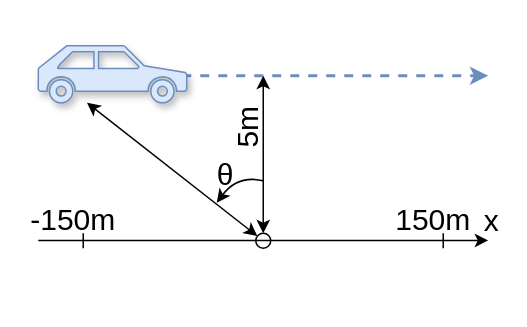
The draw.io diagram page "car_scenario" (3 of 8) of docs/_static/Images.drawio in vlsi-nanocomputing/dynamic-sound, before the edit. Source tidied: cells renumbered, new cells numbered last; positions are measured from the earlier drawing's top-left corner, leaving out a move shared by most shapes. Both pictures are drawn from the tidied source at 150%, with x=0, y=0 at pixel (38, 45).
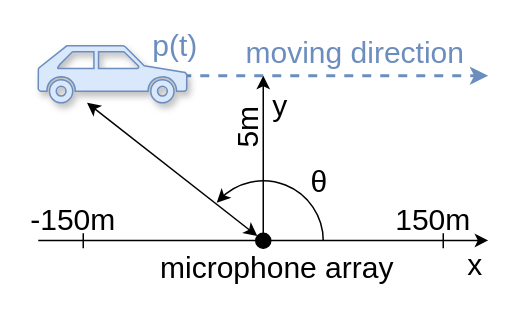
The same diagram, later.

The change refers to these unchanged cells:
```xml
<mxCell id="9" style="endArrow=classic;html=1;rounded=0;startArrow=none;startFill=0;endFill=1;" parent="1" edge="1">
  <mxGeometry relative="1" as="geometry">
    <mxPoint y="129.8" as="sourcePoint" />
    <mxPoint x="300" y="129.8" as="targetPoint" />
  </mxGeometry>
</mxCell>
```

Diff of the diagram source:
```diff
@@
-    <mxCell id="3" style="curved=1;endArrow=classic;html=1;rounded=0;entryX=0.112;entryY=0.182;entryDx=0;entryDy=0;entryPerimeter=0;" parent="1" edge="1">
+    <mxCell id="3" style="endArrow=classic;html=1;rounded=0;entryX=0.112;entryY=0.182;entryDx=0;entryDy=0;entryPerimeter=0;strokeColor=default;exitX=0.177;exitY=0.118;exitDx=0;exitDy=0;exitPerimeter=0;" parent="1" edge="1" source="16">
       <mxGeometry relative="1" as="geometry">
-        <mxPoint x="150" y="90" as="sourcePoint" />
         <mxPoint x="119" y="104.6" as="targetPoint" />
-        <Array as="points">
-          <mxPoint x="133" y="86" />
-        </Array>
       </mxGeometry>
     </mxCell>
@@
-    <mxCell id="5" style="ellipse;whiteSpace=wrap;html=1;" parent="1" vertex="1">
+    <mxCell id="5" style="ellipse;whiteSpace=wrap;html=1;labelBackgroundColor=none;fillColor=#000000;" parent="1" vertex="1">
       <mxGeometry x="145" y="125" width="10" height="10" as="geometry" />
     </mxCell>
-    <mxCell id="6" style="endArrow=classic;startArrow=classic;html=1;rounded=0;exitX=0.5;exitY=0;exitDx=0;exitDy=0;" parent="1" edge="1" source="5">
+    <mxCell id="6" style="endArrow=classic;startArrow=none;html=1;rounded=0;exitX=0.5;exitY=0;exitDx=0;exitDy=0;endFill=1;startFill=0;" parent="1" edge="1" source="5">
       <mxGeometry relative="1" as="geometry">
         <mxPoint x="150" y="20" as="targetPoint" />
       </mxGeometry>
     </mxCell>
@@
     <mxCell id="10" value="x" style="edgeLabel;html=1;align=center;verticalAlign=middle;fontSize=20;fontColor=default;labelBackgroundColor=none;" parent="9" vertex="1">
       <mxGeometry x="0.86" y="1" relative="1" as="geometry">
-        <mxPoint x="22" y="-13" as="offset" />
+        <mxPoint x="11" y="16" as="offset" />
       </mxGeometry>
     </mxCell>
     <mxCell id="11" value="θ" style="text;html=1;whiteSpace=wrap;strokeColor=none;fillColor=none;align=center;verticalAlign=middle;rounded=0;fontSize=20;" parent="1" vertex="1">
-      <mxGeometry x="95" y="70" width="60" height="30" as="geometry" />
+      <mxGeometry x="155" y="70" width="65" height="40" as="geometry" />
     </mxCell>
@@
+    <mxCell id="16" style="verticalLabelPosition=bottom;verticalAlign=top;html=1;shape=mxgraph.basic.arc;startAngle=0.8705179474086634;endAngle=0.25;" parent="1" vertex="1">
+      <mxGeometry x="110" y="90" width="80" height="80" as="geometry" />
+    </mxCell>
+    <mxCell id="17" value="moving direction" style="edgeLabel;html=1;align=center;verticalAlign=middle;fontSize=20;rotation=0;labelBackgroundColor=none;fontColor=light-dark(#6c8ebf, #ededed);" parent="1" vertex="1">
+      <mxGeometry x="210" y="5" as="geometry">
+        <mxPoint y="-2" as="offset" />
+      </mxGeometry>
+    </mxCell>
+    <mxCell id="18" value="microphone array" style="edgeLabel;html=1;align=center;verticalAlign=middle;fontSize=20;rotation=0;labelBackgroundColor=none;" parent="1" vertex="1">
+      <mxGeometry x="155" y="145" as="geometry">
+        <mxPoint x="3" y="1" as="offset" />
+      </mxGeometry>
+    </mxCell>
+    <mxCell id="19" value="p(t)" style="edgeLabel;html=1;align=center;verticalAlign=middle;fontSize=20;rotation=0;labelBackgroundColor=none;fontColor=light-dark(#6c8ebf, #ededed);" parent="1" vertex="1">
+      <mxGeometry x="90" as="geometry">
+        <mxPoint y="-2" as="offset" />
+      </mxGeometry>
+    </mxCell>
+    <mxCell id="20" value="y" style="edgeLabel;html=1;align=center;verticalAlign=middle;fontSize=20;fontColor=default;labelBackgroundColor=none;" parent="1" vertex="1">
+      <mxGeometry x="160" y="38" as="geometry" />
+    </mxCell>
```
